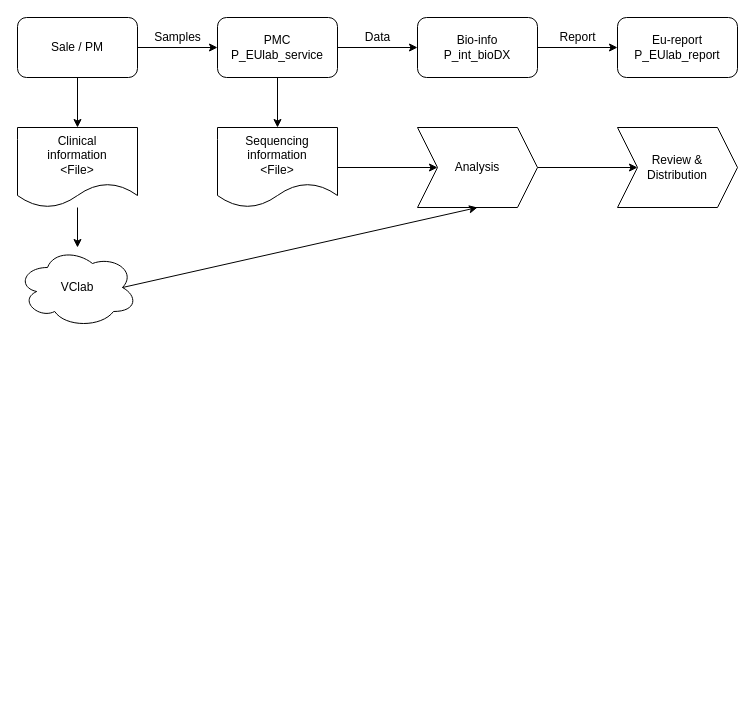
WilliamCharlieBlue/DrawIO keeps this draw.io diagram as 未命名绘图.drawio. Above is the earlier version. Source tidied: cells renumbered, new cells numbered last; positions are measured from the earlier drawing's top-left corner, leaving out a move shared by most shapes. Both pictures are drawn from the tidied source at 100%, with x=0, y=0 at pixel (17, 17).
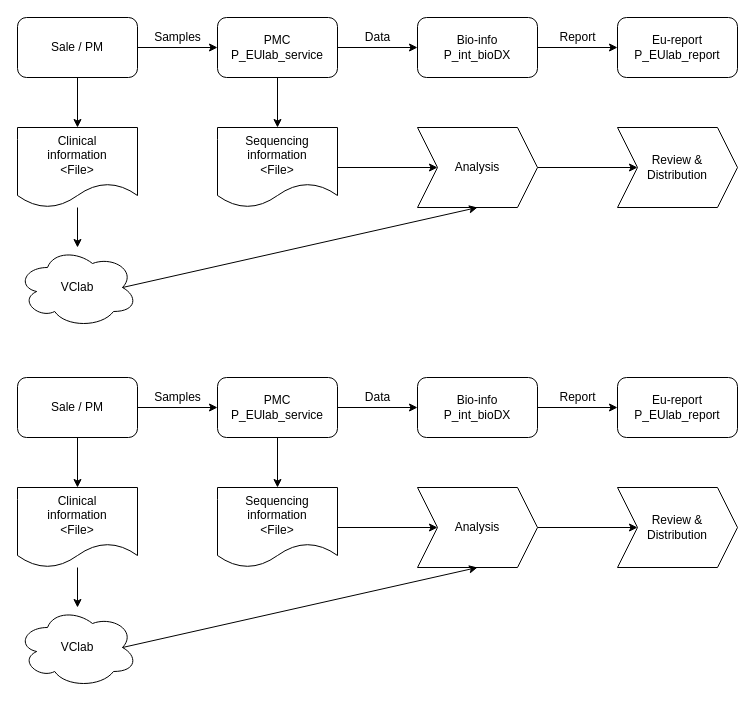
Above is the later version.

Change to the diagram source:
```diff
@@
+    <mxCell id="23" style="edgeStyle=orthogonalEdgeStyle;rounded=0;jettySize=auto;html=1;" parent="1" edge="1" source="25" target="28">
+      <mxGeometry relative="1" as="geometry" />
+    </mxCell>
+    <mxCell id="24" style="edgeStyle=orthogonalEdgeStyle;rounded=0;jettySize=auto;html=1;" parent="1" edge="1" source="25" target="35">
+      <mxGeometry relative="1" as="geometry" />
+    </mxCell>
+    <mxCell id="25" value="Sale / PM" style="rounded=1;whiteSpace=wrap;html=1;" parent="1" vertex="1">
+      <mxGeometry y="360" width="120" height="60" as="geometry" />
+    </mxCell>
+    <mxCell id="26" style="edgeStyle=orthogonalEdgeStyle;rounded=0;jettySize=auto;html=1;" parent="1" edge="1" source="28" target="30">
+      <mxGeometry relative="1" as="geometry" />
+    </mxCell>
+    <mxCell id="27" style="edgeStyle=orthogonalEdgeStyle;rounded=0;jettySize=auto;html=1;" parent="1" edge="1" source="28" target="33">
+      <mxGeometry relative="1" as="geometry" />
+    </mxCell>
+    <mxCell id="28" value="PMC&lt;br&gt;P_EUlab_service" style="rounded=1;whiteSpace=wrap;html=1;" parent="1" vertex="1">
+      <mxGeometry x="200" y="360" width="120" height="60" as="geometry" />
+    </mxCell>
+    <mxCell id="29" style="edgeStyle=orthogonalEdgeStyle;rounded=0;jettySize=auto;html=1;" parent="1" edge="1" source="30" target="31">
+      <mxGeometry relative="1" as="geometry" />
+    </mxCell>
+    <mxCell id="30" value="Bio-info&lt;br&gt;P_int_bioDX" style="rounded=1;whiteSpace=wrap;html=1;" parent="1" vertex="1">
+      <mxGeometry x="400" y="360" width="120" height="60" as="geometry" />
+    </mxCell>
+    <mxCell id="31" value="&lt;span lang=&quot;EN-US&quot;&gt;Eu-report&lt;br&gt;P_EUlab_report&lt;br&gt;&lt;/span&gt;" style="rounded=1;whiteSpace=wrap;html=1;" parent="1" vertex="1">
+      <mxGeometry x="600" y="360" width="120" height="60" as="geometry" />
+    </mxCell>
+    <mxCell id="32" style="edgeStyle=orthogonalEdgeStyle;rounded=0;jettySize=auto;html=1;" parent="1" edge="1" source="33" target="38">
+      <mxGeometry relative="1" as="geometry" />
+    </mxCell>
+    <mxCell id="33" value="&lt;div&gt;Sequencing&lt;/div&gt;&lt;div&gt;information&lt;/div&gt;&lt;div&gt;&amp;lt;File&amp;gt;&lt;/div&gt;" style="shape=document;whiteSpace=wrap;html=1;boundedLbl=1;" parent="1" vertex="1">
+      <mxGeometry x="200" y="470" width="120" height="80" as="geometry" />
+    </mxCell>
+    <mxCell id="34" style="edgeStyle=orthogonalEdgeStyle;rounded=0;jettySize=auto;html=1;" parent="1" edge="1" source="35" target="36">
+      <mxGeometry relative="1" as="geometry" />
+    </mxCell>
+    <mxCell id="35" value="&lt;div&gt;Clinical&lt;/div&gt;&lt;div&gt;information&lt;/div&gt;&lt;div&gt;&amp;lt;File&amp;gt;&lt;br&gt;&lt;/div&gt;" style="shape=document;whiteSpace=wrap;html=1;boundedLbl=1;" parent="1" vertex="1">
+      <mxGeometry y="470" width="120" height="80" as="geometry" />
+    </mxCell>
+    <mxCell id="36" value="VClab" style="ellipse;shape=cloud;whiteSpace=wrap;html=1;" parent="1" vertex="1">
+      <mxGeometry y="590" width="120" height="80" as="geometry" />
+    </mxCell>
+    <mxCell id="37" style="edgeStyle=orthogonalEdgeStyle;rounded=0;jettySize=auto;html=1;entryX=0;entryY=0.5;entryDx=0;entryDy=0;" parent="1" edge="1" source="38" target="43">
+      <mxGeometry relative="1" as="geometry" />
+    </mxCell>
+    <mxCell id="38" value="Analysis" style="shape=step;perimeter=stepPerimeter;whiteSpace=wrap;html=1;fixedSize=1;" parent="1" vertex="1">
+      <mxGeometry x="400" y="470" width="120" height="80" as="geometry" />
+    </mxCell>
+    <mxCell id="39" style="endArrow=classic;html=1;rounded=0;exitX=0.875;exitY=0.5;exitDx=0;exitDy=0;exitPerimeter=0;entryX=0.5;entryY=1;entryDx=0;entryDy=0;" parent="1" edge="1" source="36" target="38">
+      <mxGeometry relative="1" as="geometry" />
+    </mxCell>
+    <mxCell id="40" value="Samples" style="text;html=1;align=center;verticalAlign=middle;strokeColor=none;fillColor=none;" parent="1" vertex="1">
+      <mxGeometry x="125" y="365" width="70" height="30" as="geometry" />
+    </mxCell>
+    <mxCell id="41" value="Data" style="text;html=1;align=center;verticalAlign=middle;strokeColor=none;fillColor=none;" parent="1" vertex="1">
+      <mxGeometry x="335" y="365" width="50" height="30" as="geometry" />
+    </mxCell>
+    <mxCell id="42" value="Report" style="text;html=1;align=center;verticalAlign=middle;strokeColor=none;fillColor=none;" parent="1" vertex="1">
+      <mxGeometry x="530" y="365" width="60" height="30" as="geometry" />
+    </mxCell>
+    <mxCell id="43" value="Review &amp;amp;&lt;br&gt;Distribution" style="shape=step;perimeter=stepPerimeter;whiteSpace=wrap;html=1;fixedSize=1;" parent="1" vertex="1">
+      <mxGeometry x="600" y="470" width="120" height="80" as="geometry" />
+    </mxCell>
```
